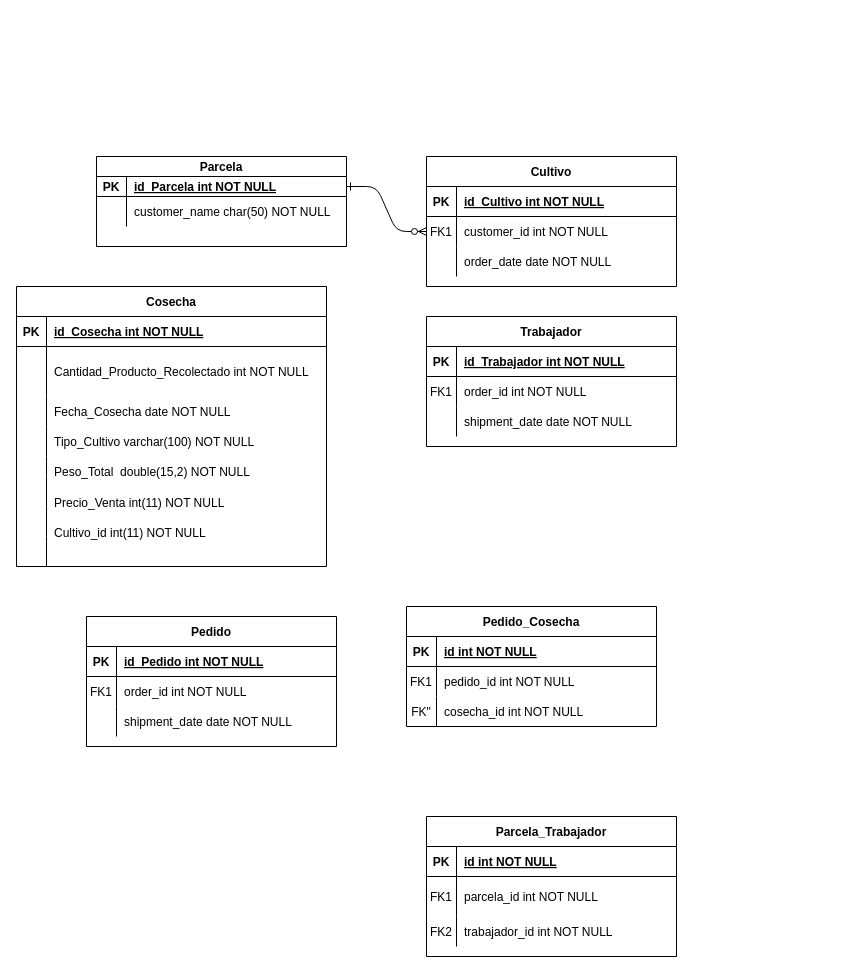
This is Diagrama sin título.drawio from JonhNino/Tarea1Especializacion, a draw.io file, before an edit. Source tidied: cells renumbered, new cells numbered last; positions are measured from the earlier drawing's top-left corner, leaving out a move shared by most shapes. Both pictures are drawn from the tidied source at 100%, with x=0, y=0 at pixel (16, 156).
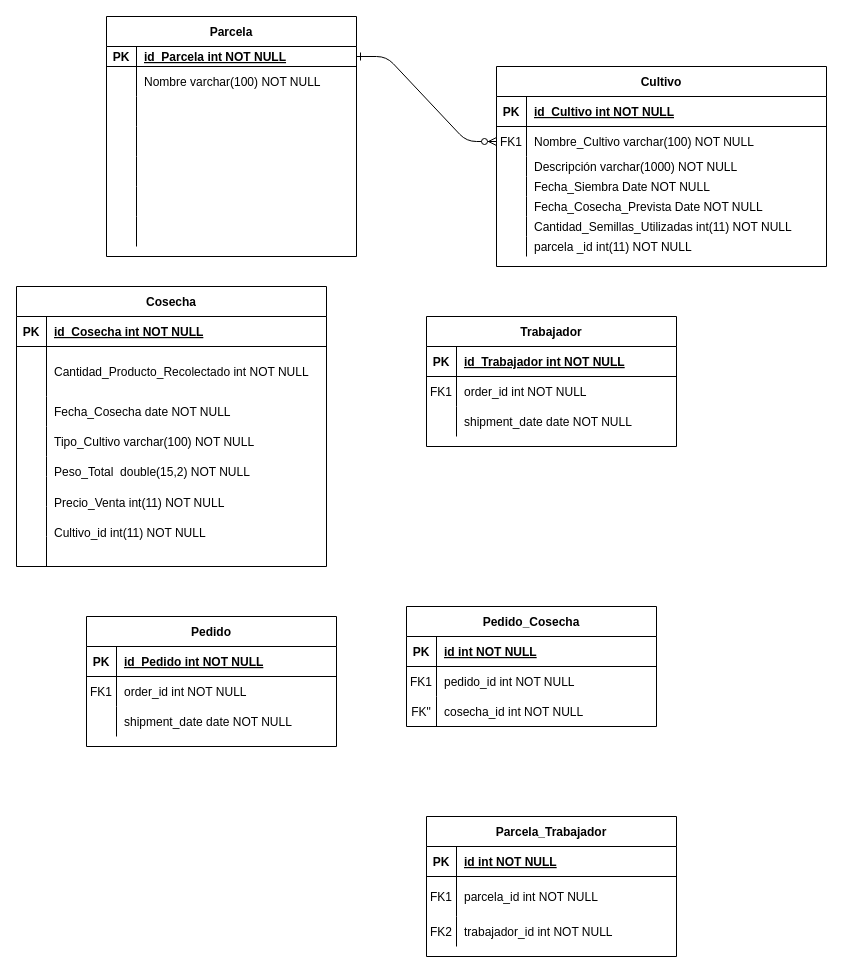
After the change.

The edit, as a diff of the source:
```diff
@@
     <mxCell id="3" value="Cultivo" style="shape=table;startSize=30;childLayout=tableLayout;rowLines=0;fontStyle=1;align=center;" parent="1" vertex="1">
-      <mxGeometry x="410" width="250" height="130" as="geometry" />
+      <mxGeometry x="480" y="-90" width="330" height="200" as="geometry" />
     </mxCell>
     <mxCell id="4" style="shape=partialRectangle;fillColor=none;top=0;left=0;right=0;bottom=1;" parent="3" vertex="1">
-      <mxGeometry y="30" width="250" height="30" as="geometry" />
+      <mxGeometry y="30" width="330" height="30" as="geometry" />
     </mxCell>
@@
     <mxCell id="6" value="id_Cultivo int NOT NULL " style="shape=partialRectangle;overflow=hidden;fillColor=none;top=0;left=0;bottom=0;right=0;align=left;spacingLeft=6;fontStyle=5;" parent="4" vertex="1">
-      <mxGeometry x="30" width="220" height="30" as="geometry" />
+      <mxGeometry x="30" width="300" height="30" as="geometry" />
     </mxCell>
     <mxCell id="7" style="shape=partialRectangle;fillColor=none;points=[[0,0.5],[1,0.5]];portConstraint=eastwest;top=0;left=0;right=0;bottom=0;" parent="3" vertex="1">
-      <mxGeometry y="60" width="250" height="30" as="geometry" />
+      <mxGeometry y="60" width="330" height="30" as="geometry" />
     </mxCell>
@@
-    <mxCell id="9" value="customer_id int NOT NULL" style="shape=partialRectangle;overflow=hidden;fillColor=none;top=0;left=0;bottom=0;right=0;align=left;spacingLeft=6;" parent="7" vertex="1">
-      <mxGeometry x="30" width="220" height="30" as="geometry" />
+    <mxCell id="9" value="Nombre_Cultivo varchar(100) NOT NULL" style="shape=partialRectangle;overflow=hidden;fillColor=none;top=0;left=0;bottom=0;right=0;align=left;spacingLeft=6;" parent="7" vertex="1">
+      <mxGeometry x="30" width="300" height="30" as="geometry" />
     </mxCell>
     <mxCell id="10" style="shape=partialRectangle;fillColor=none;top=0;left=0;right=0;bottom=0;" parent="3" vertex="1">
-      <mxGeometry y="90" width="250" height="30" as="geometry" />
+      <mxGeometry y="90" width="330" height="20" as="geometry" />
     </mxCell>
     <mxCell id="11" style="shape=partialRectangle;overflow=hidden;fillColor=none;top=0;left=0;bottom=0;right=0;" parent="10" vertex="1">
-      <mxGeometry width="30" height="30" as="geometry" />
+      <mxGeometry width="30" height="20" as="geometry" />
     </mxCell>
-    <mxCell id="12" value="order_date date NOT NULL" style="shape=partialRectangle;overflow=hidden;fillColor=none;top=0;left=0;bottom=0;right=0;align=left;spacingLeft=6;" parent="10" vertex="1">
-      <mxGeometry x="30" width="220" height="30" as="geometry" />
+    <mxCell id="12" value="Descripción varchar(1000) NOT NULL" style="shape=partialRectangle;overflow=hidden;fillColor=none;top=0;left=0;bottom=0;right=0;align=left;spacingLeft=6;" parent="10" vertex="1">
+      <mxGeometry x="30" width="300" height="20" as="geometry" />
     </mxCell>
+    <mxCell id="95" style="shape=partialRectangle;fillColor=none;top=0;left=0;right=0;bottom=0;" parent="3" vertex="1">
+      <mxGeometry y="110" width="330" height="20" as="geometry" />
+    </mxCell>
+    <mxCell id="96" style="shape=partialRectangle;overflow=hidden;fillColor=none;top=0;left=0;bottom=0;right=0;" parent="95" vertex="1">
+      <mxGeometry width="30" height="20" as="geometry" />
+    </mxCell>
+    <mxCell id="97" style="shape=partialRectangle;overflow=hidden;fillColor=none;top=0;left=0;bottom=0;right=0;align=left;spacingLeft=6;" parent="95" vertex="1">
+      <mxGeometry x="30" width="300" height="20" as="geometry" />
+    </mxCell>
+    <mxCell id="98" style="shape=partialRectangle;fillColor=none;top=0;left=0;right=0;bottom=0;" parent="3" vertex="1">
+      <mxGeometry y="130" width="330" height="20" as="geometry" />
+    </mxCell>
+    <mxCell id="99" style="shape=partialRectangle;overflow=hidden;fillColor=none;top=0;left=0;bottom=0;right=0;" parent="98" vertex="1">
+      <mxGeometry width="30" height="20" as="geometry" />
+    </mxCell>
+    <mxCell id="100" style="shape=partialRectangle;overflow=hidden;fillColor=none;top=0;left=0;bottom=0;right=0;align=left;spacingLeft=6;" parent="98" vertex="1">
+      <mxGeometry x="30" width="300" height="20" as="geometry" />
+    </mxCell>
+    <mxCell id="101" style="shape=partialRectangle;fillColor=none;top=0;left=0;right=0;bottom=0;" parent="3" vertex="1">
+      <mxGeometry y="150" width="330" height="20" as="geometry" />
+    </mxCell>
+    <mxCell id="102" style="shape=partialRectangle;overflow=hidden;fillColor=none;top=0;left=0;bottom=0;right=0;" parent="101" vertex="1">
+      <mxGeometry width="30" height="20" as="geometry" />
+    </mxCell>
+    <mxCell id="103" style="shape=partialRectangle;overflow=hidden;fillColor=none;top=0;left=0;bottom=0;right=0;align=left;spacingLeft=6;" parent="101" vertex="1">
+      <mxGeometry x="30" width="300" height="20" as="geometry" />
+    </mxCell>
+    <mxCell id="104" style="shape=partialRectangle;fillColor=none;top=0;left=0;right=0;bottom=0;" parent="3" vertex="1">
+      <mxGeometry y="170" width="330" height="20" as="geometry" />
+    </mxCell>
+    <mxCell id="105" style="shape=partialRectangle;overflow=hidden;fillColor=none;top=0;left=0;bottom=0;right=0;" parent="104" vertex="1">
+      <mxGeometry width="30" height="20" as="geometry" />
+    </mxCell>
+    <mxCell id="106" style="shape=partialRectangle;overflow=hidden;fillColor=none;top=0;left=0;bottom=0;right=0;align=left;spacingLeft=6;" parent="104" vertex="1">
+      <mxGeometry x="30" width="300" height="20" as="geometry" />
+    </mxCell>
@@
-    <mxCell id="23" value="Parcela" style="shape=table;startSize=20;childLayout=tableLayout;rowLines=0;fontStyle=1;align=center;" parent="1" vertex="1">
-      <mxGeometry x="80" width="250" height="90" as="geometry" />
+    <mxCell id="23" value="Parcela" style="shape=table;startSize=30;childLayout=tableLayout;rowLines=0;fontStyle=1;align=center;" parent="1" vertex="1">
+      <mxGeometry x="90" y="-140" width="250" height="240" as="geometry" />
     </mxCell>
     <mxCell id="24" style="shape=partialRectangle;fillColor=none;points=[[0,0.5],[1,0.5]];portConstraint=eastwest;top=0;left=0;right=0;bottom=1;" parent="23" vertex="1">
-      <mxGeometry y="20" width="250" height="20" as="geometry" />
+      <mxGeometry y="30" width="250" height="20" as="geometry" />
     </mxCell>
@@
     <mxCell id="27" style="shape=partialRectangle;fillColor=none;top=0;left=0;right=0;bottom=0;" parent="23" vertex="1">
-      <mxGeometry y="40" width="250" height="30" as="geometry" />
+      <mxGeometry y="50" width="250" height="30" as="geometry" />
     </mxCell>
@@
-    <mxCell id="29" value="customer_name char(50) NOT NULL" style="shape=partialRectangle;overflow=hidden;fillColor=none;top=0;left=0;bottom=0;right=0;align=left;spacingLeft=6;" parent="27" vertex="1">
+    <mxCell id="29" value="Nombre varchar(100) NOT NULL" style="shape=partialRectangle;overflow=hidden;fillColor=none;top=0;left=0;bottom=0;right=0;align=left;spacingLeft=6;" parent="27" vertex="1">
       <mxGeometry x="30" width="220" height="30" as="geometry" />
     </mxCell>
+    <mxCell id="107" style="shape=partialRectangle;fillColor=none;top=0;left=0;right=0;bottom=0;" parent="23" vertex="1">
+      <mxGeometry y="80" width="250" height="30" as="geometry" />
+    </mxCell>
+    <mxCell id="108" style="shape=partialRectangle;overflow=hidden;fillColor=none;top=0;left=0;bottom=0;right=0;" parent="107" vertex="1">
+      <mxGeometry width="30" height="30" as="geometry" />
+    </mxCell>
+    <mxCell id="109" style="shape=partialRectangle;overflow=hidden;fillColor=none;top=0;left=0;bottom=0;right=0;align=left;spacingLeft=6;" parent="107" vertex="1">
+      <mxGeometry x="30" width="220" height="30" as="geometry" />
+    </mxCell>
+    <mxCell id="110" style="shape=partialRectangle;fillColor=none;top=0;left=0;right=0;bottom=0;" parent="23" vertex="1">
+      <mxGeometry y="110" width="250" height="30" as="geometry" />
+    </mxCell>
+    <mxCell id="111" style="shape=partialRectangle;overflow=hidden;fillColor=none;top=0;left=0;bottom=0;right=0;" parent="110" vertex="1">
+      <mxGeometry width="30" height="30" as="geometry" />
+    </mxCell>
+    <mxCell id="112" style="shape=partialRectangle;overflow=hidden;fillColor=none;top=0;left=0;bottom=0;right=0;align=left;spacingLeft=6;" parent="110" vertex="1">
+      <mxGeometry x="30" width="220" height="30" as="geometry" />
+    </mxCell>
+    <mxCell id="113" style="shape=partialRectangle;fillColor=none;top=0;left=0;right=0;bottom=0;" parent="23" vertex="1">
+      <mxGeometry y="140" width="250" height="30" as="geometry" />
+    </mxCell>
+    <mxCell id="114" style="shape=partialRectangle;overflow=hidden;fillColor=none;top=0;left=0;bottom=0;right=0;" parent="113" vertex="1">
+      <mxGeometry width="30" height="30" as="geometry" />
+    </mxCell>
+    <mxCell id="115" style="shape=partialRectangle;overflow=hidden;fillColor=none;top=0;left=0;bottom=0;right=0;align=left;spacingLeft=6;" parent="113" vertex="1">
+      <mxGeometry x="30" width="220" height="30" as="geometry" />
+    </mxCell>
+    <mxCell id="116" style="shape=partialRectangle;fillColor=none;top=0;left=0;right=0;bottom=0;" parent="23" vertex="1">
+      <mxGeometry y="170" width="250" height="30" as="geometry" />
+    </mxCell>
+    <mxCell id="117" style="shape=partialRectangle;overflow=hidden;fillColor=none;top=0;left=0;bottom=0;right=0;" parent="116" vertex="1">
+      <mxGeometry width="30" height="30" as="geometry" />
+    </mxCell>
+    <mxCell id="118" style="shape=partialRectangle;overflow=hidden;fillColor=none;top=0;left=0;bottom=0;right=0;align=left;spacingLeft=6;" parent="116" vertex="1">
+      <mxGeometry x="30" width="220" height="30" as="geometry" />
+    </mxCell>
+    <mxCell id="119" style="shape=partialRectangle;fillColor=none;top=0;left=0;right=0;bottom=0;" parent="23" vertex="1">
+      <mxGeometry y="200" width="250" height="30" as="geometry" />
+    </mxCell>
+    <mxCell id="120" style="shape=partialRectangle;overflow=hidden;fillColor=none;top=0;left=0;bottom=0;right=0;" parent="119" vertex="1">
+      <mxGeometry width="30" height="30" as="geometry" />
+    </mxCell>
+    <mxCell id="121" style="shape=partialRectangle;overflow=hidden;fillColor=none;top=0;left=0;bottom=0;right=0;align=left;spacingLeft=6;" parent="119" vertex="1">
+      <mxGeometry x="30" width="220" height="30" as="geometry" />
+    </mxCell>
@@
+    <mxCell id="122" value="Fecha_Siembra Date NOT NULL" style="shape=partialRectangle;overflow=hidden;fillColor=none;top=0;left=0;bottom=0;right=0;align=left;spacingLeft=6;" parent="1" vertex="1">
+      <mxGeometry x="510" y="20" width="220" height="20" as="geometry" />
+    </mxCell>
+    <mxCell id="123" value="Fecha_Cosecha_Prevista Date NOT NULL" style="shape=partialRectangle;overflow=hidden;fillColor=none;top=0;left=0;bottom=0;right=0;align=left;spacingLeft=6;" parent="1" vertex="1">
+      <mxGeometry x="510" y="40" width="250" height="20" as="geometry" />
+    </mxCell>
+    <mxCell id="124" value="Cantidad_Semillas_Utilizadas int(11) NOT NULL" style="shape=partialRectangle;overflow=hidden;fillColor=none;top=0;left=0;bottom=0;right=0;align=left;spacingLeft=6;" parent="1" vertex="1">
+      <mxGeometry x="510" y="60" width="270" height="20" as="geometry" />
+    </mxCell>
+    <mxCell id="125" value="parcela _id int(11) NOT NULL" style="shape=partialRectangle;overflow=hidden;fillColor=none;top=0;left=0;bottom=0;right=0;align=left;spacingLeft=6;" parent="1" vertex="1">
+      <mxGeometry x="510" y="80" width="270" height="20" as="geometry" />
+    </mxCell>
```
